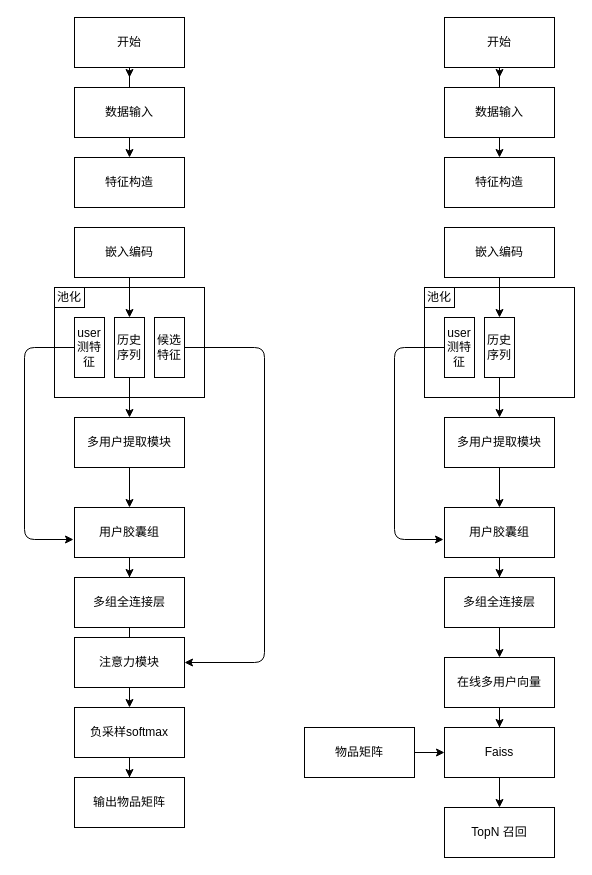
Above: Untitled Diagram.drawio in zkailinzhang/12306-I-have-got-the-train-ticket. (draw.io), before the change. Source tidied: cells renumbered, new cells numbered last; positions are measured from the earlier drawing's top-left corner, leaving out a move shared by most shapes. Both pictures are drawn from the tidied source at 100%, with x=0, y=0 at pixel (-16, 17).
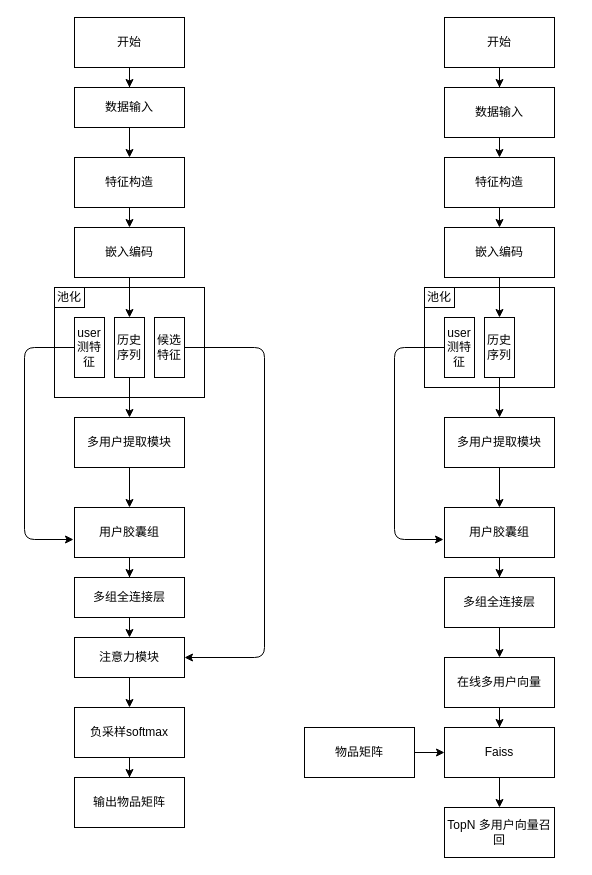
The same diagram, later.

The change refers to these unchanged cells:
```xml
<mxCell id="4" value="开始" style="rounded=0;whiteSpace=wrap;html=1;" parent="1" vertex="1">
  <mxGeometry x="90" width="110" height="50" as="geometry" />
</mxCell>
<mxCell id="7" value="特征构造" style="rounded=0;whiteSpace=wrap;html=1;" parent="1" vertex="1">
  <mxGeometry x="90" y="140" width="110" height="50" as="geometry" />
</mxCell>
<mxCell id="9" value="嵌入编码" style="rounded=0;whiteSpace=wrap;html=1;" parent="1" vertex="1">
  <mxGeometry x="90" y="210" width="110" height="50" as="geometry" />
</mxCell>
<mxCell id="17" value="负采样softmax" style="rounded=0;whiteSpace=wrap;html=1;" parent="1" vertex="1">
  <mxGeometry x="90" y="690" width="110" height="50" as="geometry" />
</mxCell>
<mxCell id="29" value="开始" style="rounded=0;whiteSpace=wrap;html=1;" parent="1" vertex="1">
  <mxGeometry x="460" width="110" height="50" as="geometry" />
</mxCell>
<mxCell id="31" value="数据输入" style="rounded=0;whiteSpace=wrap;html=1;" parent="1" vertex="1">
  <mxGeometry x="460" y="70" width="110" height="50" as="geometry" />
</mxCell>
<mxCell id="32" value="特征构造" style="rounded=0;whiteSpace=wrap;html=1;" parent="1" vertex="1">
  <mxGeometry x="460" y="140" width="110" height="50" as="geometry" />
</mxCell>
<mxCell id="34" value="嵌入编码" style="rounded=0;whiteSpace=wrap;html=1;" parent="1" vertex="1">
  <mxGeometry x="460" y="210" width="110" height="50" as="geometry" />
</mxCell>
```

Diff of the diagram source:
```diff
@@
-    <mxCell id="3" style="edgeStyle=orthogonalEdgeStyle;rounded=0;jettySize=auto;html=1;" parent="1" edge="1" source="4" target="7">
-      <mxGeometry relative="1" as="geometry" />
-    </mxCell>
+    <mxCell id="53" style="edgeStyle=orthogonalEdgeStyle;rounded=0;jettySize=auto;html=1;entryX=0.5;entryY=0;entryDx=0;entryDy=0;" parent="1" edge="1" source="4" target="6">
+      <mxGeometry relative="1" as="geometry" />
+    </mxCell>
@@
-    <mxCell id="5" style="edgeStyle=orthogonalEdgeStyle;rounded=0;jettySize=auto;html=1;" parent="1" edge="1" source="6">
-      <mxGeometry relative="1" as="geometry">
-        <mxPoint x="145" y="60" as="targetPoint" />
-      </mxGeometry>
-    </mxCell>
+    <mxCell id="54" style="edgeStyle=orthogonalEdgeStyle;rounded=0;jettySize=auto;html=1;entryX=0.5;entryY=0;entryDx=0;entryDy=0;" parent="1" edge="1" source="6" target="7">
+      <mxGeometry relative="1" as="geometry" />
+    </mxCell>
     <mxCell id="6" value="数据输入" style="rounded=0;whiteSpace=wrap;html=1;" parent="1" vertex="1">
-      <mxGeometry x="90" y="70" width="110" height="50" as="geometry" />
+      <mxGeometry x="90" y="70" width="110" height="40" as="geometry" />
     </mxCell>
+    <mxCell id="55" style="edgeStyle=orthogonalEdgeStyle;rounded=0;jettySize=auto;html=1;exitX=0.5;exitY=1;exitDx=0;exitDy=0;entryX=0.5;entryY=0;entryDx=0;entryDy=0;" parent="1" edge="1" source="7" target="9">
+      <mxGeometry relative="1" as="geometry" />
+    </mxCell>
@@
-    <mxCell id="14" style="edgeStyle=orthogonalEdgeStyle;rounded=0;jettySize=auto;html=1;" parent="1" edge="1" source="15" target="17">
-      <mxGeometry relative="1" as="geometry" />
-    </mxCell>
+    <mxCell id="56" style="edgeStyle=orthogonalEdgeStyle;rounded=0;jettySize=auto;html=1;exitX=0.5;exitY=1;exitDx=0;exitDy=0;entryX=0.5;entryY=0;entryDx=0;entryDy=0;" parent="1" edge="1" source="15" target="18">
+      <mxGeometry relative="1" as="geometry" />
+    </mxCell>
     <mxCell id="15" value="多组全连接层" style="rounded=0;whiteSpace=wrap;html=1;" parent="1" vertex="1">
-      <mxGeometry x="90" y="560" width="110" height="50" as="geometry" />
+      <mxGeometry x="90" y="560" width="110" height="40" as="geometry" />
     </mxCell>
@@
+    <mxCell id="57" style="edgeStyle=orthogonalEdgeStyle;rounded=0;jettySize=auto;html=1;exitX=0.5;exitY=1;exitDx=0;exitDy=0;entryX=0.5;entryY=0;entryDx=0;entryDy=0;" parent="1" edge="1" source="18" target="17">
+      <mxGeometry relative="1" as="geometry" />
+    </mxCell>
     <mxCell id="18" value="注意力模块" style="rounded=0;whiteSpace=wrap;html=1;" parent="1" vertex="1">
-      <mxGeometry x="90" y="620" width="110" height="50" as="geometry" />
+      <mxGeometry x="90" y="620" width="110" height="40" as="geometry" />
     </mxCell>
@@
     <mxCell id="27" style="rounded=0;whiteSpace=wrap;html=1;" parent="1" vertex="1">
-      <mxGeometry x="440" y="270" width="150" height="110" as="geometry" />
+      <mxGeometry x="440" y="270" width="130" height="100" as="geometry" />
     </mxCell>
-    <mxCell id="28" style="edgeStyle=orthogonalEdgeStyle;rounded=0;jettySize=auto;html=1;" parent="1" edge="1" source="29" target="32">
-      <mxGeometry relative="1" as="geometry" />
-    </mxCell>
+    <mxCell id="58" style="edgeStyle=orthogonalEdgeStyle;rounded=0;jettySize=auto;html=1;entryX=0.5;entryY=0;entryDx=0;entryDy=0;" parent="1" edge="1" source="29" target="31">
+      <mxGeometry relative="1" as="geometry" />
+    </mxCell>
@@
-    <mxCell id="30" style="edgeStyle=orthogonalEdgeStyle;rounded=0;jettySize=auto;html=1;" parent="1" edge="1" source="31">
-      <mxGeometry relative="1" as="geometry">
-        <mxPoint x="515" y="60" as="targetPoint" />
-      </mxGeometry>
-    </mxCell>
+    <mxCell id="59" style="edgeStyle=orthogonalEdgeStyle;rounded=0;jettySize=auto;html=1;exitX=0.5;exitY=1;exitDx=0;exitDy=0;entryX=0.5;entryY=0;entryDx=0;entryDy=0;" parent="1" edge="1" source="31" target="32">
+      <mxGeometry relative="1" as="geometry" />
+    </mxCell>
@@
+    <mxCell id="60" style="edgeStyle=orthogonalEdgeStyle;rounded=0;jettySize=auto;html=1;exitX=0.5;exitY=1;exitDx=0;exitDy=0;entryX=0.5;entryY=0;entryDx=0;entryDy=0;" parent="1" edge="1" source="32" target="34">
+      <mxGeometry relative="1" as="geometry" />
+    </mxCell>
@@
-    <mxCell id="52" value="TopN 召回" style="rounded=0;whiteSpace=wrap;html=1;" parent="1" vertex="1">
+    <mxCell id="52" value="TopN 多用户向量召回" style="rounded=0;whiteSpace=wrap;html=1;" parent="1" vertex="1">
       <mxGeometry x="460" y="790" width="110" height="50" as="geometry" />
     </mxCell>
```
